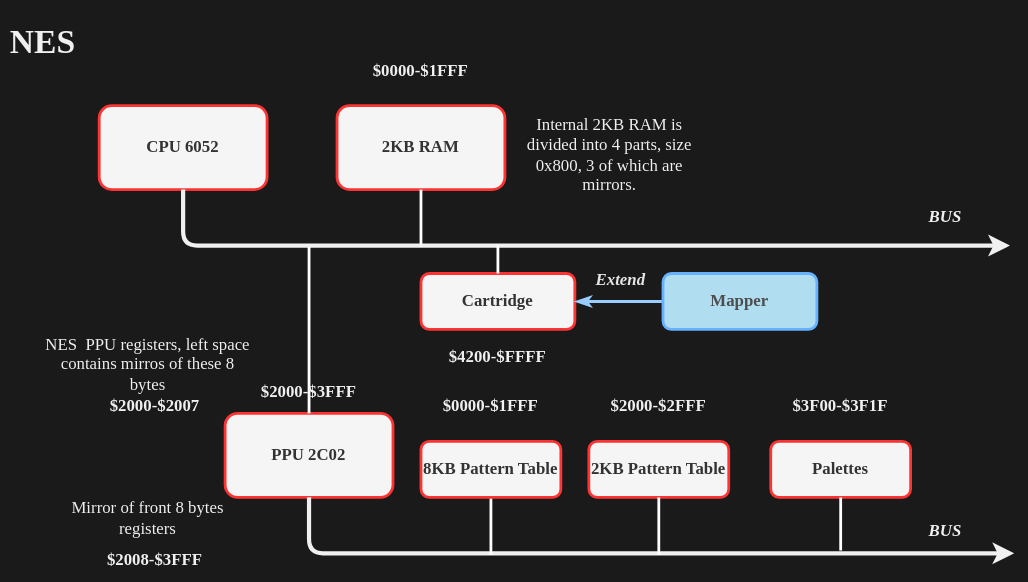
The draw.io diagram assets/nes_structure.svg in HangX-Ma/tinynes, before a commit. Source tidied: cells renumbered, new cells last; positions are measured from the earlier drawing's top-left corner, leaving out a move shared by most shapes.
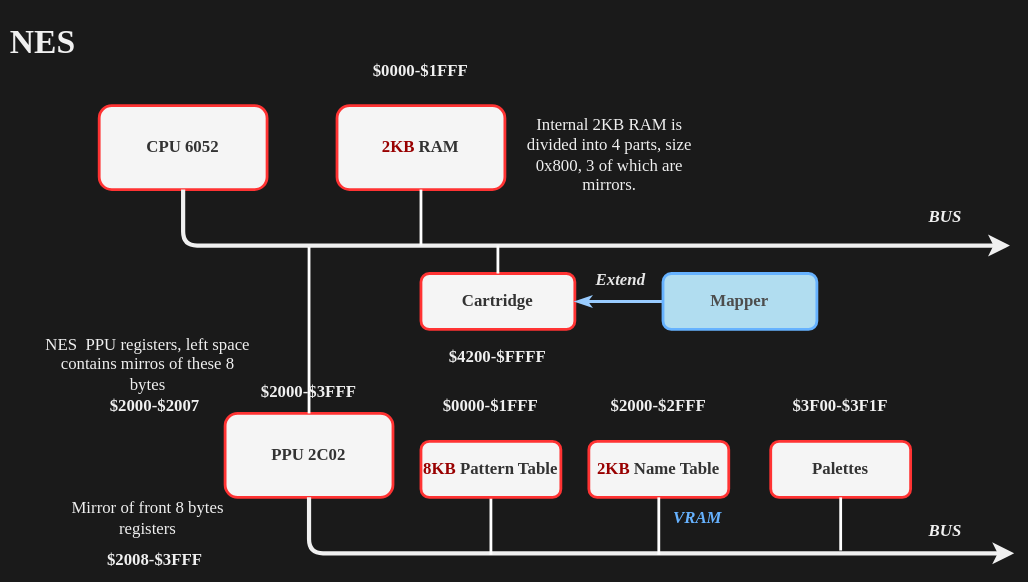
Above is the later version.

The edit, as a diff of the source:
```diff
@@ -16,7 +16,7 @@
         </Array>
       </mxGeometry>
     </mxCell>
-    <mxCell id="5" value="2KB RAM" style="whiteSpace=wrap;html=1;fontFamily=Verdana;fontStyle=1;labelBackgroundColor=none;rounded=1;glass=0;shadow=0;fillColor=#f5f5f5;strokeColor=#FF3333;fillStyle=solid;fontColor=#333333;labelBorderColor=none;strokeWidth=2;" parent="1" vertex="1">
+    <mxCell id="5" value="&lt;font color=&quot;#990000&quot;&gt;2KB&lt;/font&gt; RAM" style="whiteSpace=wrap;html=1;fontFamily=Verdana;fontStyle=1;labelBackgroundColor=none;rounded=1;glass=0;shadow=0;fillColor=#f5f5f5;strokeColor=#FF3333;fillStyle=solid;fontColor=#333333;labelBorderColor=none;strokeWidth=2;" parent="1" vertex="1">
       <mxGeometry x="240" y="60" width="120" height="60" as="geometry" />
     </mxCell>
     <mxCell id="6" style="edgeStyle=none;jettySize=auto;html=1;fontFamily=Verdana;endArrow=none;endFill=0;exitX=0.5;exitY=1;exitDx=0;exitDy=0;strokeColor=#FFFFFF;strokeWidth=2;" parent="1" edge="1" source="5">
@@ -66,10 +66,10 @@
         <mxPoint x="350" y="381" as="targetPoint" />
       </mxGeometry>
     </mxCell>
-    <mxCell id="18" value="8KB Pattern Table" style="whiteSpace=wrap;html=1;fontFamily=Verdana;fontStyle=1;labelBackgroundColor=none;rounded=1;glass=0;shadow=0;fillColor=#f5f5f5;strokeColor=#FF3333;fillStyle=solid;fontColor=#333333;labelBorderColor=none;strokeWidth=2;" parent="1" vertex="1">
+    <mxCell id="18" value="&lt;font color=&quot;#990000&quot;&gt;8KB&lt;/font&gt; Pattern Table" style="whiteSpace=wrap;html=1;fontFamily=Verdana;fontStyle=1;labelBackgroundColor=none;rounded=1;glass=0;shadow=0;fillColor=#f5f5f5;strokeColor=#FF3333;fillStyle=solid;fontColor=#333333;labelBorderColor=none;strokeWidth=2;" parent="1" vertex="1">
       <mxGeometry x="300" y="300" width="100" height="40" as="geometry" />
     </mxCell>
-    <mxCell id="19" value="2KB Pattern Table" style="whiteSpace=wrap;html=1;fontFamily=Verdana;fontStyle=1;labelBackgroundColor=none;rounded=1;glass=0;shadow=0;fillColor=#f5f5f5;strokeColor=#FF3333;fillStyle=solid;fontColor=#333333;labelBorderColor=none;strokeWidth=2;" parent="1" vertex="1">
+    <mxCell id="19" value="&lt;font color=&quot;#990000&quot;&gt;2KB&lt;/font&gt; Name Table" style="whiteSpace=wrap;html=1;fontFamily=Verdana;fontStyle=1;labelBackgroundColor=none;rounded=1;glass=0;shadow=0;fillColor=#f5f5f5;strokeColor=#FF3333;fillStyle=solid;fontColor=#333333;labelBorderColor=none;strokeWidth=2;" parent="1" vertex="1">
       <mxGeometry x="420" y="300" width="100" height="40" as="geometry" />
     </mxCell>
     <mxCell id="20" value="Palettes" style="whiteSpace=wrap;html=1;fontFamily=Verdana;fontStyle=1;labelBackgroundColor=none;rounded=1;glass=0;shadow=0;fillColor=#f5f5f5;strokeColor=#FF3333;fillStyle=solid;fontColor=#333333;labelBorderColor=none;strokeWidth=2;" parent="1" vertex="1">
@@ -120,5 +120,8 @@
     <mxCell id="33" value="&lt;font face=&quot;Verdana&quot;&gt;&lt;span&gt;&lt;b&gt;&lt;i&gt;Extend&lt;/i&gt;&lt;/b&gt;&lt;/span&gt;&lt;/font&gt;" style="text;strokeColor=none;align=center;fillColor=none;html=1;verticalAlign=middle;whiteSpace=wrap;rounded=0;fontColor=#E6E6E6;fontStyle=0;" parent="1" vertex="1">
       <mxGeometry x="413" y="170" width="60" height="30" as="geometry" />
     </mxCell>
+    <mxCell id="34" value="&lt;b&gt;&lt;i&gt;&lt;font style=&quot;&quot; face=&quot;Verdana&quot; color=&quot;#66b2ff&quot;&gt;VRAM&lt;/font&gt;&lt;/i&gt;&lt;/b&gt;" style="text;align=center;html=1;verticalAlign=middle;whiteSpace=wrap;rounded=0;labelBackgroundColor=none;" parent="1" vertex="1">
+      <mxGeometry x="468" y="340" width="60" height="30" as="geometry" />
+    </mxCell>
   </root>
 </mxGraphModel>
```
